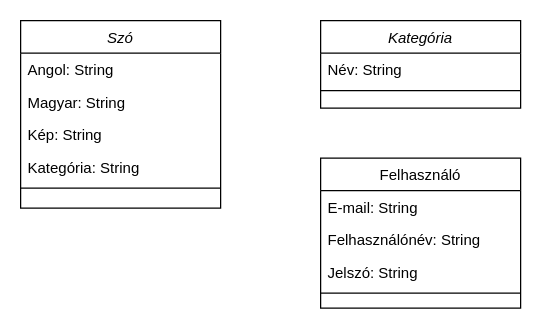
This is Osztálydiagram.drawio from martakrisztian97/Englian, a draw.io file, before an edit. Source tidied: cells renumbered, new cells numbered last; positions are measured from the earlier drawing's top-left corner, leaving out a move shared by most shapes. Both pictures are drawn from the tidied source at 125%, with x=0, y=0 at pixel (20, 20).
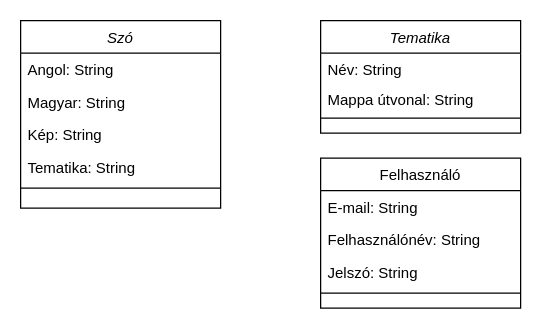
Above is the later version.

What changed in the source:
```diff
@@
 <mxGraphModel>
   <root>
     <mxCell id="0" />
     <mxCell id="1" parent="0" />
     <mxCell id="2" value="Szó" style="swimlane;fontStyle=2;align=center;verticalAlign=top;horizontal=1;startSize=26;rounded=0;shadow=0;strokeWidth=1;" parent="1" vertex="1">
       <mxGeometry width="160" height="150" as="geometry" />
     </mxCell>
     <mxCell id="3" value="Angol: String" style="text;align=left;verticalAlign=top;spacingLeft=4;spacingRight=4;overflow=hidden;" parent="2" vertex="1">
       <mxGeometry y="26" width="160" height="26" as="geometry" />
     </mxCell>
     <mxCell id="4" value="Magyar: String" style="text;align=left;verticalAlign=top;spacingLeft=4;spacingRight=4;overflow=hidden;rounded=0;shadow=0;html=0;" parent="2" vertex="1">
       <mxGeometry y="52" width="160" height="26" as="geometry" />
     </mxCell>
     <mxCell id="5" value="Kép: String" style="text;align=left;verticalAlign=top;spacingLeft=4;spacingRight=4;overflow=hidden;rounded=0;shadow=0;html=0;" parent="2" vertex="1">
       <mxGeometry y="78" width="160" height="26" as="geometry" />
     </mxCell>
-    <mxCell id="6" value="Kategória: String" style="text;align=left;verticalAlign=top;spacingLeft=4;spacingRight=4;overflow=hidden;rounded=0;shadow=0;html=0;" parent="2" vertex="1">
+    <mxCell id="6" value="Tematika: String" style="text;align=left;verticalAlign=top;spacingLeft=4;spacingRight=4;overflow=hidden;rounded=0;shadow=0;html=0;fontStyle=0;" parent="2" vertex="1">
       <mxGeometry y="104" width="160" height="26" as="geometry" />
     </mxCell>
     <mxCell id="7" style="line;html=1;strokeWidth=1;align=left;verticalAlign=middle;spacingTop=-1;spacingLeft=3;spacingRight=3;labelPosition=right;" parent="2" vertex="1">
       <mxGeometry y="130" width="160" height="8" as="geometry" />
     </mxCell>
     <mxCell id="8" value="Felhasználó" style="swimlane;fontStyle=0;align=center;verticalAlign=top;horizontal=1;startSize=26;rounded=0;shadow=0;strokeWidth=1;" parent="1" vertex="1">
       <mxGeometry x="240" y="110" width="160" height="120" as="geometry" />
     </mxCell>
     <mxCell id="9" value="E-mail: String" style="text;align=left;verticalAlign=top;spacingLeft=4;spacingRight=4;overflow=hidden;" parent="8" vertex="1">
       <mxGeometry y="26" width="160" height="26" as="geometry" />
     </mxCell>
     <mxCell id="10" value="Felhasználónév: String" style="text;align=left;verticalAlign=top;spacingLeft=4;spacingRight=4;overflow=hidden;rounded=0;shadow=0;html=0;" parent="8" vertex="1">
       <mxGeometry y="52" width="160" height="26" as="geometry" />
     </mxCell>
     <mxCell id="11" value="Jelszó: String" style="text;align=left;verticalAlign=top;spacingLeft=4;spacingRight=4;overflow=hidden;rounded=0;shadow=0;html=0;" parent="8" vertex="1">
       <mxGeometry y="78" width="160" height="26" as="geometry" />
     </mxCell>
     <mxCell id="12" style="line;html=1;strokeWidth=1;align=left;verticalAlign=middle;spacingTop=-1;spacingLeft=3;spacingRight=3;labelPosition=right;" parent="8" vertex="1">
       <mxGeometry y="104" width="160" height="8" as="geometry" />
     </mxCell>
-    <mxCell id="13" value="Kategória" style="swimlane;fontStyle=2;align=center;verticalAlign=top;horizontal=1;startSize=26;rounded=0;shadow=0;strokeWidth=1;" parent="1" vertex="1">
-      <mxGeometry x="240" width="160" height="70" as="geometry" />
+    <mxCell id="13" value="Tematika" style="swimlane;fontStyle=2;align=center;verticalAlign=top;horizontal=1;startSize=26;rounded=0;shadow=0;strokeWidth=1;" parent="1" vertex="1">
+      <mxGeometry x="240" width="160" height="90" as="geometry" />
     </mxCell>
     <mxCell id="14" value="Név: String" style="text;align=left;verticalAlign=top;spacingLeft=4;spacingRight=4;overflow=hidden;" parent="13" vertex="1">
-      <mxGeometry y="26" width="160" height="26" as="geometry" />
+      <mxGeometry y="26" width="160" height="24" as="geometry" />
     </mxCell>
+    <mxCell id="16" value="Mappa útvonal: String" style="text;align=left;verticalAlign=top;spacingLeft=4;spacingRight=4;overflow=hidden;" parent="13" vertex="1">
+      <mxGeometry y="50" width="160" height="24" as="geometry" />
+    </mxCell>
     <mxCell id="15" style="line;html=1;strokeWidth=1;align=left;verticalAlign=middle;spacingTop=-1;spacingLeft=3;spacingRight=3;labelPosition=right;" parent="13" vertex="1">
-      <mxGeometry y="52" width="160" height="8" as="geometry" />
+      <mxGeometry y="74" width="160" height="8" as="geometry" />
     </mxCell>
   </root>
 </mxGraphModel>
```
